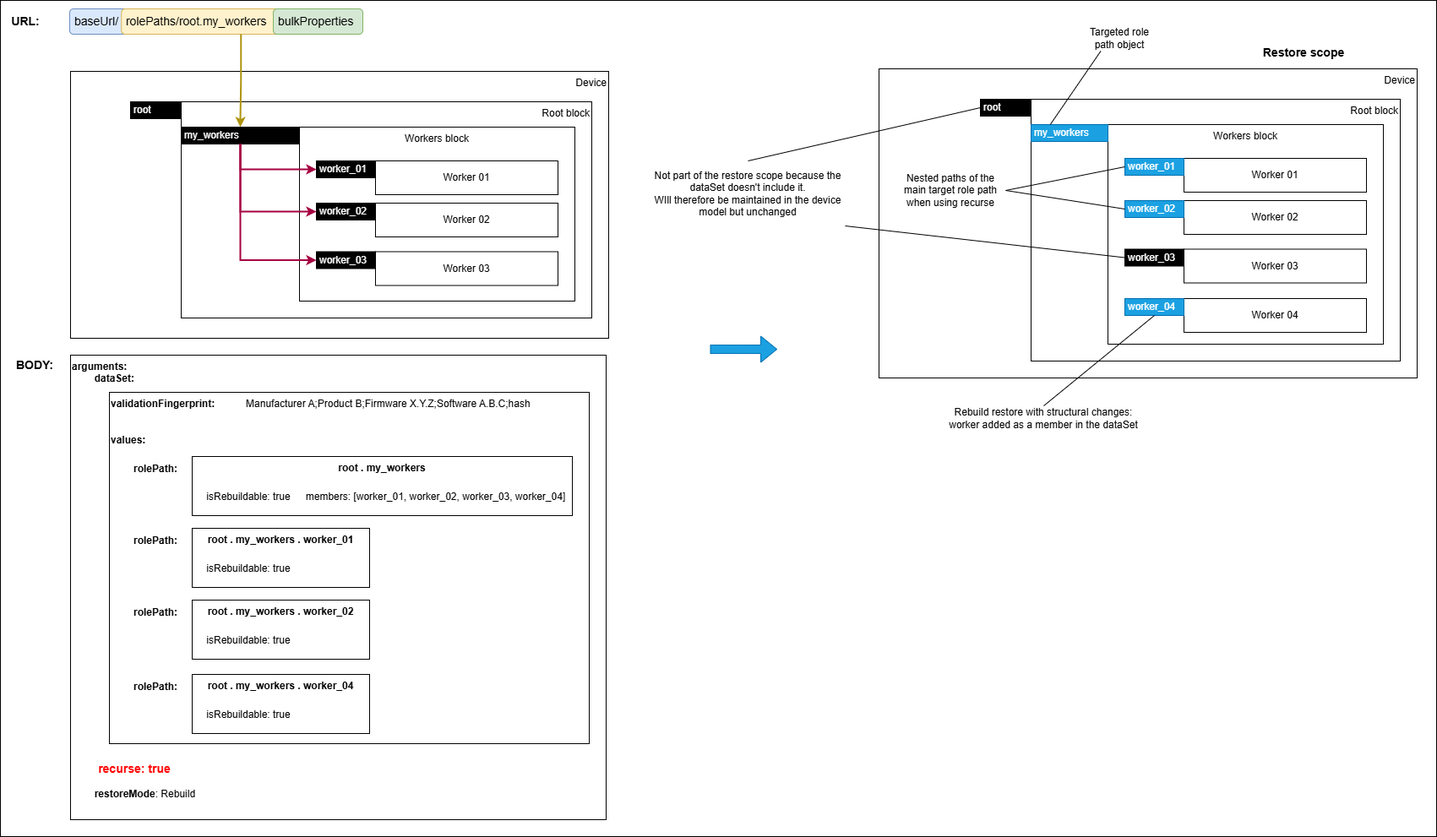
This is docs/images/restore-scope.png from AMWA-TV/is-14, a draw.io export, as it was before one commit. Source tidied: cells renumbered, new cells last; positions are measured from the earlier drawing's top-left corner, leaving out a move shared by most shapes.
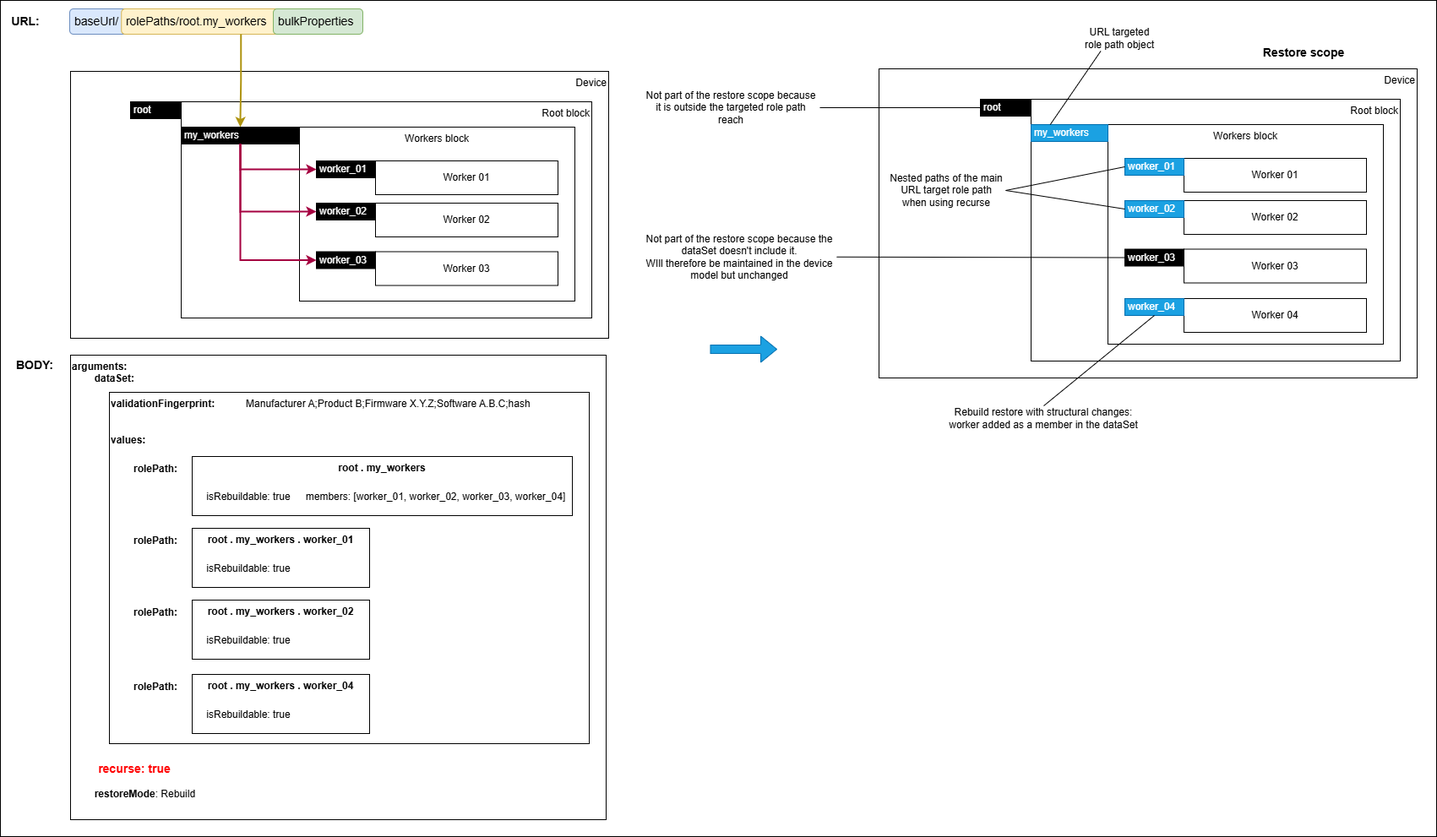
Later version of the same file.

Commit message:
Split root and worker_03 explanations

Change to the diagram source:
```diff
@@ -111,7 +111,7 @@
       <mxGeometry relative="1" as="geometry" />
     </mxCell>
     <mxCell id="37" value="Not part of the restore scope because the dataSet doesn't include it.&lt;div&gt;WIll therefore be maintained in the device model but unchanged&lt;/div&gt;" style="text;html=1;align=center;verticalAlign=middle;whiteSpace=wrap;rounded=0;" parent="1" vertex="1">
-      <mxGeometry x="770" y="190" width="230" height="77" as="geometry" />
+      <mxGeometry x="760" y="265" width="230" height="77" as="geometry" />
     </mxCell>
     <mxCell id="38" value="members: [worker_01, worker_02, worker_03, worker_04]" style="text;html=1;align=center;verticalAlign=middle;whiteSpace=wrap;rounded=0;" parent="1" vertex="1">
       <mxGeometry x="354" y="572.5" width="323" height="30" as="geometry" />
@@ -161,7 +161,7 @@
     <mxCell id="53" value="Restore scope" style="text;html=1;align=center;verticalAlign=middle;whiteSpace=wrap;rounded=0;fontSize=14;fontStyle=1;" parent="1" vertex="1">
       <mxGeometry x="1490" y="47" width="106" height="30" as="geometry" />
     </mxCell>
-    <mxCell id="54" value="Targeted role path object" style="text;html=1;align=center;verticalAlign=middle;whiteSpace=wrap;rounded=0;" parent="1" vertex="1">
+    <mxCell id="54" value="URL targeted role path object" style="text;html=1;align=center;verticalAlign=middle;whiteSpace=wrap;rounded=0;" parent="1" vertex="1">
       <mxGeometry x="1280" y="30" width="90" height="30" as="geometry" />
     </mxCell>
     <mxCell id="55" style="endArrow=none;html=1;rounded=0;entryX=0.25;entryY=1;entryDx=0;entryDy=0;exitX=0.25;exitY=0;exitDx=0;exitDy=0;" parent="1" edge="1" source="46" target="54">
@@ -179,14 +179,17 @@
     <mxCell id="59" style="endArrow=none;html=1;rounded=0;entryX=0.5;entryY=1;entryDx=0;entryDy=0;exitX=0.5;exitY=0;exitDx=0;exitDy=0;" parent="1" edge="1" source="58" target="52">
       <mxGeometry relative="1" as="geometry" />
     </mxCell>
-    <mxCell id="60" value="Nested paths of the main target role path when using recurse" style="text;html=1;align=center;verticalAlign=middle;whiteSpace=wrap;rounded=0;" parent="1" vertex="1">
-      <mxGeometry x="1060" y="210" width="130" height="30" as="geometry" />
+    <mxCell id="60" value="Nested paths of the main URL target role path when using recurse" style="text;html=1;align=center;verticalAlign=middle;whiteSpace=wrap;rounded=0;" parent="1" vertex="1">
+      <mxGeometry x="1050" y="210" width="140" height="30" as="geometry" />
     </mxCell>
-    <mxCell id="61" style="endArrow=none;html=1;rounded=0;entryX=1;entryY=1;entryDx=0;entryDy=0;exitX=0;exitY=0.5;exitDx=0;exitDy=0;" parent="1" edge="1" source="50" target="37">
+    <mxCell id="61" style="endArrow=none;html=1;rounded=0;exitX=0;exitY=0.5;exitDx=0;exitDy=0;" parent="1" edge="1" source="50" target="37">
       <mxGeometry relative="1" as="geometry" />
     </mxCell>
-    <mxCell id="62" style="endArrow=none;html=1;rounded=0;entryX=0.5;entryY=0;entryDx=0;entryDy=0;exitX=0;exitY=0.5;exitDx=0;exitDy=0;" parent="1" edge="1" source="45" target="37">
+    <mxCell id="62" style="endArrow=none;html=1;rounded=0;exitX=0;exitY=0.5;exitDx=0;exitDy=0;" parent="1" edge="1" source="45" target="63">
       <mxGeometry relative="1" as="geometry" />
     </mxCell>
+    <mxCell id="63" value="Not part of the restore scope because it is outside the targeted role path reach" style="text;html=1;align=center;verticalAlign=middle;whiteSpace=wrap;rounded=0;" parent="1" vertex="1">
+      <mxGeometry x="760" y="88.5" width="210" height="77" as="geometry" />
+    </mxCell>
   </root>
 </mxGraphModel>
```
